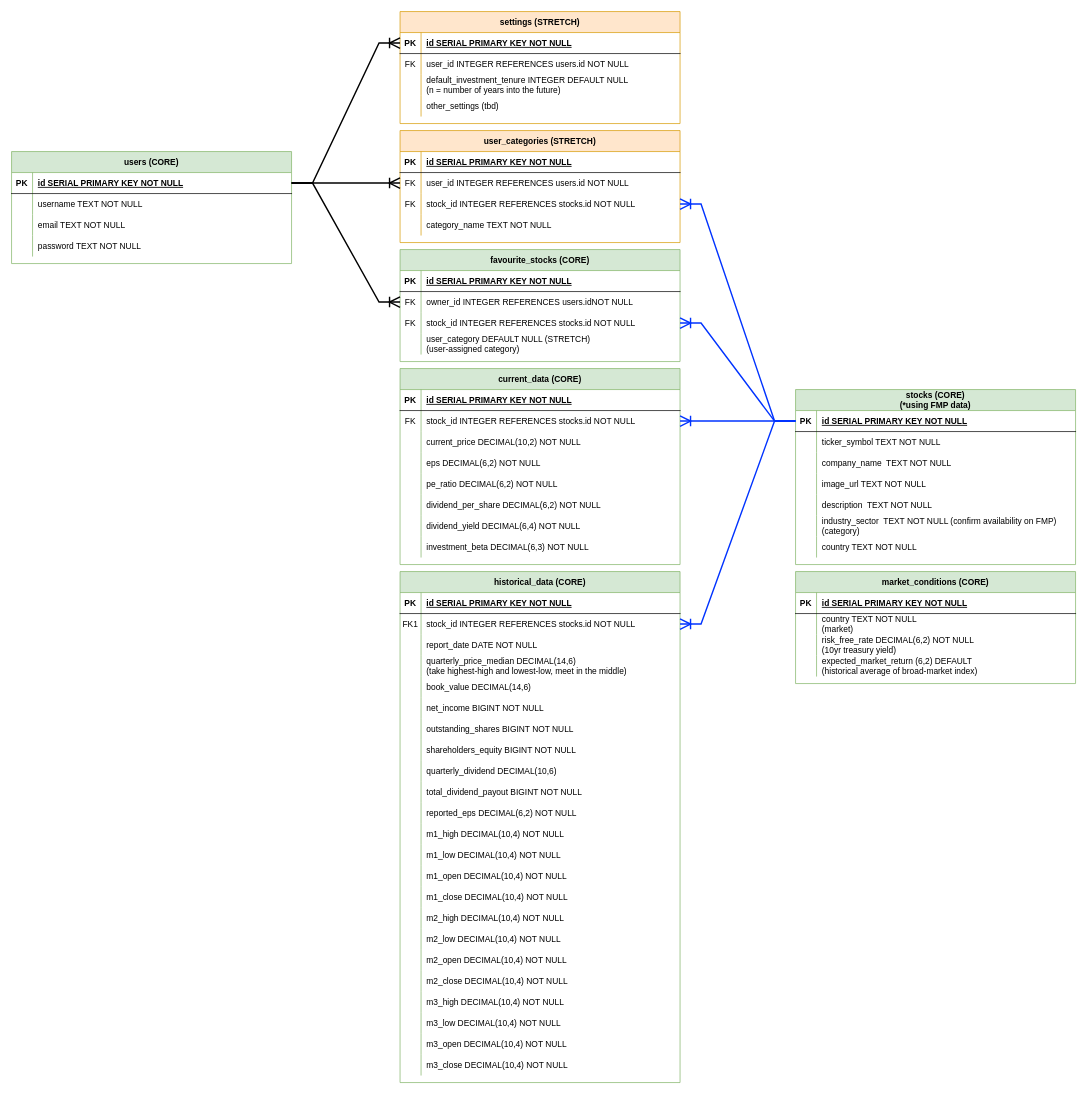
Before: planning/ERD-portfolio-prophet.drawio in gary92gs/Final_Project, a draw.io diagram. Source tidied: cells renumbered, new cells numbered last; positions are measured from the earlier drawing's top-left corner, leaving out a move shared by most shapes. Both pictures are drawn from the tidied source at 70%, with x=0, y=0 at pixel (11, 11).
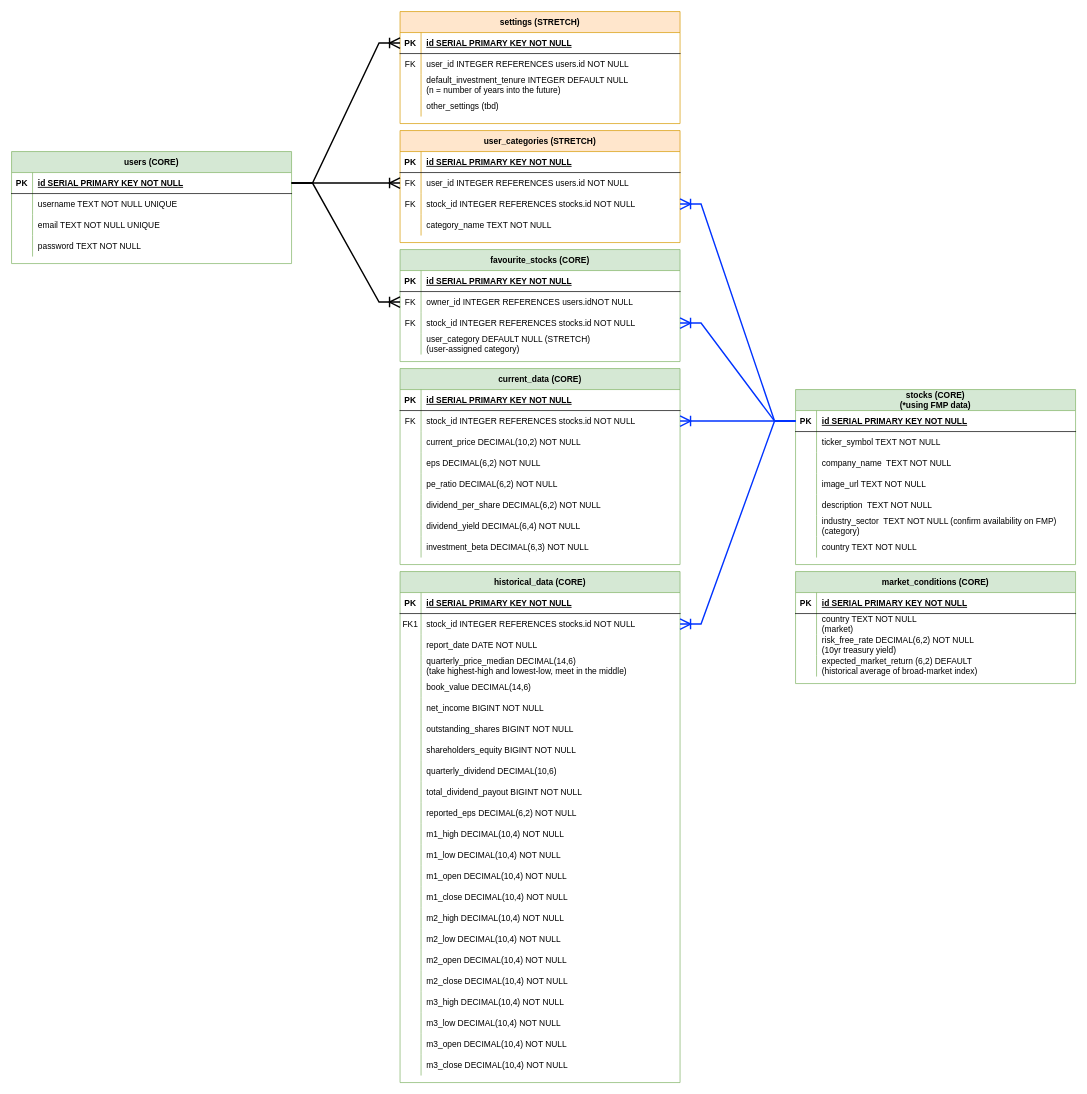
The same page after the edit.

The change refers to these unchanged cells:
```xml
<mxCell id="98" style="shape=partialRectangle;fillColor=none;top=0;left=0;right=0;bottom=0;" parent="94" vertex="1">
  <mxGeometry y="60" width="400" height="30" as="geometry" />
</mxCell>
<mxCell id="101" style="shape=partialRectangle;fillColor=none;top=0;left=0;right=0;bottom=0;" parent="94" vertex="1">
  <mxGeometry y="90" width="400" height="30" as="geometry" />
</mxCell>
```

What changed in the source:
```diff
@@
-    <mxCell id="100" value="username TEXT NOT NULL" style="shape=partialRectangle;overflow=hidden;fillColor=none;top=0;left=0;bottom=0;right=0;align=left;spacingLeft=6;" parent="98" vertex="1">
+    <mxCell id="100" value="username TEXT NOT NULL UNIQUE" style="shape=partialRectangle;overflow=hidden;fillColor=none;top=0;left=0;bottom=0;right=0;align=left;spacingLeft=6;" parent="98" vertex="1">
       <mxGeometry x="30" width="370" height="30" as="geometry" />
     </mxCell>
@@
-    <mxCell id="103" value="email TEXT NOT NULL" style="shape=partialRectangle;overflow=hidden;fillColor=none;top=0;left=0;bottom=0;right=0;align=left;spacingLeft=6;" parent="101" vertex="1">
+    <mxCell id="103" value="email TEXT NOT NULL UNIQUE" style="shape=partialRectangle;overflow=hidden;fillColor=none;top=0;left=0;bottom=0;right=0;align=left;spacingLeft=6;" parent="101" vertex="1">
       <mxGeometry x="30" width="370" height="30" as="geometry" />
     </mxCell>
```
